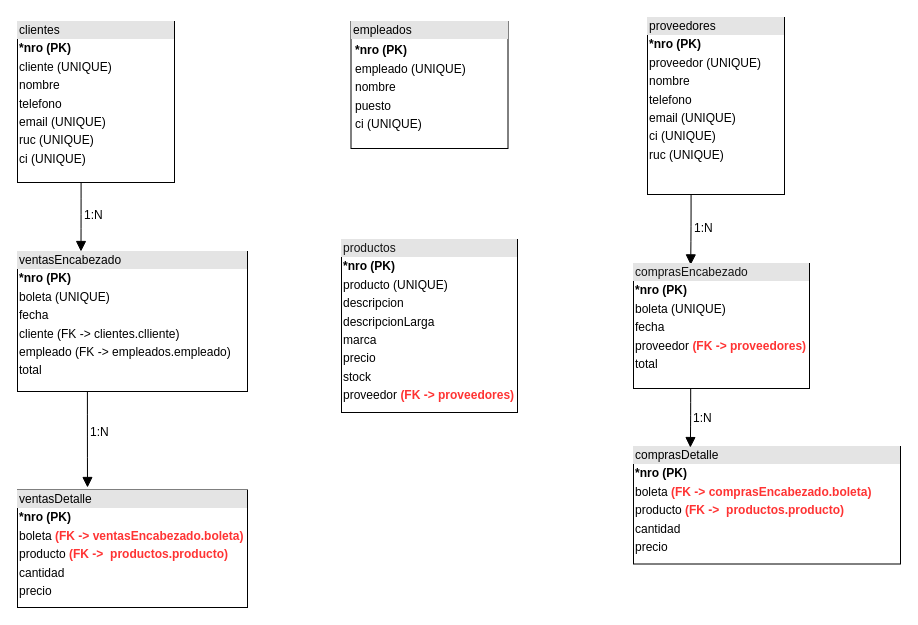
lucasandlucas999/recursos-dev keeps this draw.io diagram as Diagrama sin título.drawio. Above is the earlier version. Source tidied: cells renumbered, new cells numbered last; positions are measured from the earlier drawing's top-left corner, leaving out a move shared by most shapes. Both pictures are drawn from the tidied source at 100%, with x=0, y=0 at pixel (17, 17).
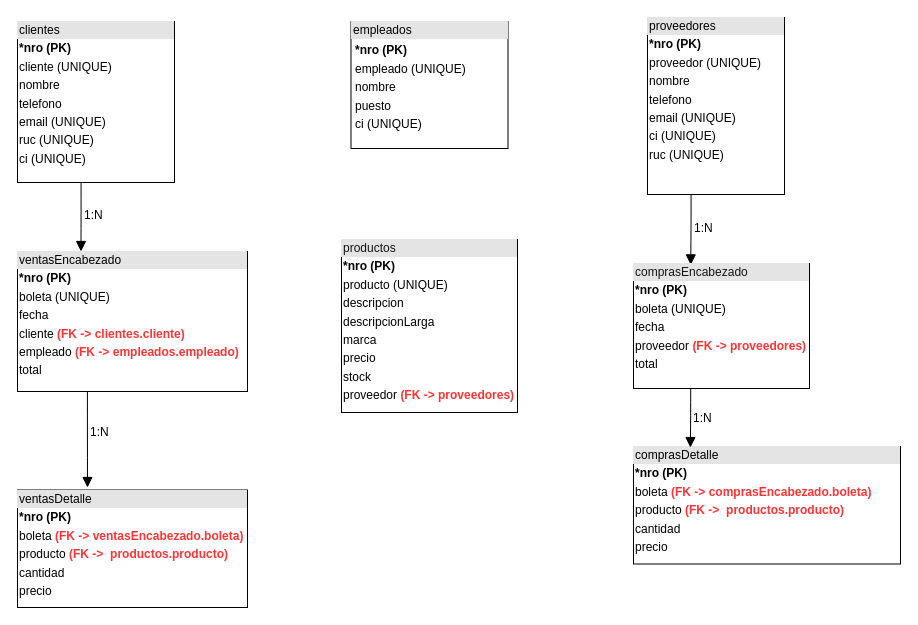
The same diagram, later.

Change to the diagram source:
```diff
@@
 <mxGraphModel>
   <root>
     <mxCell id="0" />
     <mxCell id="1" parent="0" />
     <mxCell id="2" value="&lt;div style=&quot;box-sizing: border-box; width: 100%; background: rgb(228, 228, 228); padding: 2px;&quot;&gt;clientes&lt;/div&gt;&lt;div style=&quot;box-sizing: border-box; width: 100%; background-image: initial; background-position: initial; background-size: initial; background-repeat: initial; background-attachment: initial; background-origin: initial; background-clip: initial; padding: 2px;&quot;&gt;&lt;b&gt;*nro (PK)&lt;/b&gt;&lt;/div&gt;&lt;div style=&quot;box-sizing: border-box; width: 100%; background-image: initial; background-position: initial; background-size: initial; background-repeat: initial; background-attachment: initial; background-origin: initial; background-clip: initial; padding: 2px;&quot;&gt;cliente (UNIQUE)&lt;/div&gt;&lt;div style=&quot;box-sizing: border-box; width: 100%; background-image: initial; background-position: initial; background-size: initial; background-repeat: initial; background-attachment: initial; background-origin: initial; background-clip: initial; padding: 2px;&quot;&gt;nombre&lt;/div&gt;&lt;div style=&quot;box-sizing: border-box; width: 100%; background-image: initial; background-position: initial; background-size: initial; background-repeat: initial; background-attachment: initial; background-origin: initial; background-clip: initial; padding: 2px;&quot;&gt;telefono&lt;/div&gt;&lt;div style=&quot;box-sizing: border-box; width: 100%; background-image: initial; background-position: initial; background-size: initial; background-repeat: initial; background-attachment: initial; background-origin: initial; background-clip: initial; padding: 2px;&quot;&gt;email (UNIQUE)&lt;/div&gt;&lt;div style=&quot;box-sizing: border-box; width: 100%; background-image: initial; background-position: initial; background-size: initial; background-repeat: initial; background-attachment: initial; background-origin: initial; background-clip: initial; padding: 2px;&quot;&gt;ruc (UNIQUE)&lt;/div&gt;&lt;div style=&quot;box-sizing: border-box; width: 100%; background-image: initial; background-position: initial; background-size: initial; background-repeat: initial; background-attachment: initial; background-origin: initial; background-clip: initial; padding: 2px;&quot;&gt;ci (UNIQUE)&lt;/div&gt;" style="verticalAlign=top;align=left;overflow=fill;html=1;whiteSpace=wrap;rotation=0;" parent="1" vertex="1">
       <mxGeometry y="4" width="157" height="161" as="geometry" />
     </mxCell>
-    <mxCell id="3" value="&lt;div style=&quot;box-sizing: border-box; width: 100%; background: rgb(228, 228, 228); padding: 2px;&quot;&gt;ventasEncabezado&lt;/div&gt;&lt;div style=&quot;box-sizing: border-box; width: 100%; background-image: initial; background-position: initial; background-size: initial; background-repeat: initial; background-attachment: initial; background-origin: initial; background-clip: initial; padding: 2px;&quot;&gt;&lt;b&gt;*nro (PK)&lt;/b&gt;&lt;/div&gt;&lt;div style=&quot;box-sizing: border-box; width: 100%; background-image: initial; background-position: initial; background-size: initial; background-repeat: initial; background-attachment: initial; background-origin: initial; background-clip: initial; padding: 2px;&quot;&gt;boleta (UNIQUE)&lt;/div&gt;&lt;div style=&quot;box-sizing: border-box; width: 100%; background-image: initial; background-position: initial; background-size: initial; background-repeat: initial; background-attachment: initial; background-origin: initial; background-clip: initial; padding: 2px;&quot;&gt;fecha&lt;/div&gt;&lt;div style=&quot;box-sizing: border-box; width: 100%; background-image: initial; background-position: initial; background-size: initial; background-repeat: initial; background-attachment: initial; background-origin: initial; background-clip: initial; padding: 2px;&quot;&gt;cliente (FK -&amp;gt; clientes.clliente)&lt;/div&gt;&lt;div style=&quot;box-sizing: border-box; width: 100%; background-image: initial; background-position: initial; background-size: initial; background-repeat: initial; background-attachment: initial; background-origin: initial; background-clip: initial; padding: 2px;&quot;&gt;empleado (FK -&amp;gt; empleados.empleado)&lt;/div&gt;&lt;div style=&quot;box-sizing: border-box; width: 100%; background-image: initial; background-position: initial; background-size: initial; background-repeat: initial; background-attachment: initial; background-origin: initial; background-clip: initial; padding: 2px;&quot;&gt;total&lt;/div&gt;" style="verticalAlign=top;align=left;overflow=fill;html=1;whiteSpace=wrap;rotation=0;" parent="1" vertex="1">
+    <mxCell id="3" value="&lt;div style=&quot;box-sizing: border-box; width: 100%; background: rgb(228, 228, 228); padding: 2px;&quot;&gt;ventasEncabezado&lt;/div&gt;&lt;div style=&quot;box-sizing: border-box; width: 100%; background-image: initial; background-position: initial; background-size: initial; background-repeat: initial; background-attachment: initial; background-origin: initial; background-clip: initial; padding: 2px;&quot;&gt;&lt;b&gt;*nro (PK)&lt;/b&gt;&lt;/div&gt;&lt;div style=&quot;box-sizing: border-box; width: 100%; background-image: initial; background-position: initial; background-size: initial; background-repeat: initial; background-attachment: initial; background-origin: initial; background-clip: initial; padding: 2px;&quot;&gt;boleta (UNIQUE)&lt;/div&gt;&lt;div style=&quot;box-sizing: border-box; width: 100%; background-image: initial; background-position: initial; background-size: initial; background-repeat: initial; background-attachment: initial; background-origin: initial; background-clip: initial; padding: 2px;&quot;&gt;fecha&lt;/div&gt;&lt;div style=&quot;box-sizing: border-box; width: 100%; background-image: initial; background-position: initial; background-size: initial; background-repeat: initial; background-attachment: initial; background-origin: initial; background-clip: initial; padding: 2px;&quot;&gt;cliente &lt;font style=&quot;color: rgb(255, 51, 51);&quot;&gt;&lt;b&gt;(FK -&amp;gt; clientes.cliente)&lt;/b&gt;&lt;/font&gt;&lt;/div&gt;&lt;div style=&quot;box-sizing: border-box; width: 100%; background-image: initial; background-position: initial; background-size: initial; background-repeat: initial; background-attachment: initial; background-origin: initial; background-clip: initial; padding: 2px;&quot;&gt;empleado &lt;font style=&quot;color: rgb(255, 51, 51);&quot;&gt;&lt;b&gt;(FK -&amp;gt; empleados.empleado)&lt;/b&gt;&lt;/font&gt;&lt;/div&gt;&lt;div style=&quot;box-sizing: border-box; width: 100%; background-image: initial; background-position: initial; background-size: initial; background-repeat: initial; background-attachment: initial; background-origin: initial; background-clip: initial; padding: 2px;&quot;&gt;total&lt;/div&gt;" style="verticalAlign=top;align=left;overflow=fill;html=1;whiteSpace=wrap;rotation=0;" parent="1" vertex="1">
       <mxGeometry y="234" width="230" height="140" as="geometry" />
     </mxCell>
     <mxCell id="4" value="&lt;div style=&quot;box-sizing: border-box; width: 100%; background: rgb(228, 228, 228); padding: 2px;&quot;&gt;ventasDetalle&lt;/div&gt;&lt;div style=&quot;box-sizing: border-box; width: 100%; background-image: initial; background-position: initial; background-size: initial; background-repeat: initial; background-attachment: initial; background-origin: initial; background-clip: initial; padding: 2px;&quot;&gt;&lt;b&gt;*nro (PK)&lt;/b&gt;&lt;/div&gt;&lt;div style=&quot;box-sizing: border-box; width: 100%; background-image: initial; background-position: initial; background-size: initial; background-repeat: initial; background-attachment: initial; background-origin: initial; background-clip: initial; padding: 2px;&quot;&gt;boleta &lt;font style=&quot;color: rgb(255, 51, 51);&quot;&gt;&lt;b&gt;(FK -&amp;gt; ventasEncabezado.boleta)&lt;/b&gt;&lt;/font&gt;&lt;/div&gt;&lt;div style=&quot;box-sizing: border-box; width: 100%; background-image: initial; background-position: initial; background-size: initial; background-repeat: initial; background-attachment: initial; background-origin: initial; background-clip: initial; padding: 2px;&quot;&gt;producto &lt;font style=&quot;color: rgb(255, 51, 51);&quot;&gt;&lt;b&gt;(FK -&amp;gt;&amp;nbsp; productos.producto)&lt;/b&gt;&lt;/font&gt;&lt;/div&gt;&lt;div style=&quot;box-sizing: border-box; width: 100%; background-image: initial; background-position: initial; background-size: initial; background-repeat: initial; background-attachment: initial; background-origin: initial; background-clip: initial; padding: 2px;&quot;&gt;cantidad&lt;/div&gt;&lt;div style=&quot;box-sizing: border-box; width: 100%; background-image: initial; background-position: initial; background-size: initial; background-repeat: initial; background-attachment: initial; background-origin: initial; background-clip: initial; padding: 2px;&quot;&gt;precio&lt;/div&gt;" style="verticalAlign=top;align=left;overflow=fill;html=1;whiteSpace=wrap;rotation=0;" parent="1" vertex="1">
       <mxGeometry y="472.5" width="230" height="117.5" as="geometry" />
     </mxCell>
     <mxCell id="5" value="&lt;div style=&quot;box-sizing: border-box; width: 100%; background: rgb(228, 228, 228); padding: 2px;&quot;&gt;&lt;span style=&quot;background-color: transparent;&quot;&gt;proveedores&lt;/span&gt;&lt;/div&gt;&lt;div style=&quot;box-sizing: border-box; width: 100%; background-image: initial; background-position: initial; background-size: initial; background-repeat: initial; background-attachment: initial; background-origin: initial; background-clip: initial; padding: 2px;&quot;&gt;&lt;b&gt;*nro (PK)&lt;/b&gt;&lt;/div&gt;&lt;div style=&quot;box-sizing: border-box; width: 100%; background-image: initial; background-position: initial; background-size: initial; background-repeat: initial; background-attachment: initial; background-origin: initial; background-clip: initial; padding: 2px;&quot;&gt;proveedor (UNIQUE)&lt;/div&gt;&lt;div style=&quot;box-sizing: border-box; width: 100%; background-image: initial; background-position: initial; background-size: initial; background-repeat: initial; background-attachment: initial; background-origin: initial; background-clip: initial; padding: 2px;&quot;&gt;nombre&amp;nbsp;&lt;/div&gt;&lt;div style=&quot;box-sizing: border-box; width: 100%; background-image: initial; background-position: initial; background-size: initial; background-repeat: initial; background-attachment: initial; background-origin: initial; background-clip: initial; padding: 2px;&quot;&gt;telefono&lt;/div&gt;&lt;div style=&quot;box-sizing: border-box; width: 100%; background-image: initial; background-position: initial; background-size: initial; background-repeat: initial; background-attachment: initial; background-origin: initial; background-clip: initial; padding: 2px;&quot;&gt;email (UNIQUE)&lt;/div&gt;&lt;div style=&quot;box-sizing: border-box; width: 100%; background-image: initial; background-position: initial; background-size: initial; background-repeat: initial; background-attachment: initial; background-origin: initial; background-clip: initial; padding: 2px;&quot;&gt;ci (UNIQUE)&lt;/div&gt;&lt;div style=&quot;box-sizing: border-box; width: 100%; background-image: initial; background-position: initial; background-size: initial; background-repeat: initial; background-attachment: initial; background-origin: initial; background-clip: initial; padding: 2px;&quot;&gt;ruc (UNIQUE)&lt;/div&gt;" style="verticalAlign=top;align=left;overflow=fill;html=1;whiteSpace=wrap;rotation=0;" parent="1" vertex="1">
       <mxGeometry x="630" width="137" height="177" as="geometry" />
     </mxCell>
     <mxCell id="6" value="&lt;div style=&quot;box-sizing: border-box; width: 100%; background: rgb(228, 228, 228); padding: 2px;&quot;&gt;&lt;span style=&quot;background-color: transparent;&quot;&gt;&lt;font style=&quot;color: rgb(20, 20, 20);&quot;&gt;productos&lt;/font&gt;&lt;/span&gt;&lt;/div&gt;&lt;div style=&quot;box-sizing: border-box; width: 100%; background-image: initial; background-position: initial; background-size: initial; background-repeat: initial; background-attachment: initial; background-origin: initial; background-clip: initial; padding: 2px;&quot;&gt;&lt;b&gt;*nro (PK)&lt;/b&gt;&lt;/div&gt;&lt;div style=&quot;box-sizing: border-box; width: 100%; background-image: initial; background-position: initial; background-size: initial; background-repeat: initial; background-attachment: initial; background-origin: initial; background-clip: initial; padding: 2px;&quot;&gt;producto (UNIQUE)&lt;/div&gt;&lt;div style=&quot;box-sizing: border-box; width: 100%; background-image: initial; background-position: initial; background-size: initial; background-repeat: initial; background-attachment: initial; background-origin: initial; background-clip: initial; padding: 2px;&quot;&gt;descripcion&lt;/div&gt;&lt;div style=&quot;box-sizing: border-box; width: 100%; background-image: initial; background-position: initial; background-size: initial; background-repeat: initial; background-attachment: initial; background-origin: initial; background-clip: initial; padding: 2px;&quot;&gt;descripcionLarga&lt;/div&gt;&lt;div style=&quot;box-sizing: border-box; width: 100%; background-image: initial; background-position: initial; background-size: initial; background-repeat: initial; background-attachment: initial; background-origin: initial; background-clip: initial; padding: 2px;&quot;&gt;marca&lt;/div&gt;&lt;div style=&quot;box-sizing: border-box; width: 100%; background-image: initial; background-position: initial; background-size: initial; background-repeat: initial; background-attachment: initial; background-origin: initial; background-clip: initial; padding: 2px;&quot;&gt;precio&lt;/div&gt;&lt;div style=&quot;box-sizing: border-box; width: 100%; background-image: initial; background-position: initial; background-size: initial; background-repeat: initial; background-attachment: initial; background-origin: initial; background-clip: initial; padding: 2px;&quot;&gt;stock&lt;/div&gt;&lt;div style=&quot;box-sizing: border-box; width: 100%; background-image: initial; background-position: initial; background-size: initial; background-repeat: initial; background-attachment: initial; background-origin: initial; background-clip: initial; padding: 2px;&quot;&gt;proveedor &lt;font style=&quot;color: rgb(255, 51, 51);&quot;&gt;&lt;b&gt;(FK -&amp;gt; proveedores)&lt;/b&gt;&lt;/font&gt;&lt;/div&gt;" style="verticalAlign=top;align=left;overflow=fill;html=1;whiteSpace=wrap;rotation=0;" parent="1" vertex="1">
       <mxGeometry x="324" y="222" width="176" height="173" as="geometry" />
     </mxCell>
     <mxCell id="7" value="1:N" style="endArrow=block;endFill=1;html=1;edgeStyle=orthogonalEdgeStyle;align=left;verticalAlign=top;rounded=0;fontSize=12;startSize=8;endSize=8;curved=1;exitX=0.405;exitY=0.997;exitDx=0;exitDy=0;exitPerimeter=0;entryX=0.276;entryY=0;entryDx=0;entryDy=0;entryPerimeter=0;" parent="1" edge="1" source="2" target="3">
       <mxGeometry x="-0.45" y="1" relative="1" as="geometry" />
     </mxCell>
     <mxCell id="8" value="1:N" style="endArrow=block;endFill=1;html=1;edgeStyle=orthogonalEdgeStyle;align=left;verticalAlign=top;rounded=0;fontSize=12;startSize=8;endSize=8;curved=1;exitX=0.304;exitY=1;exitDx=0;exitDy=0;exitPerimeter=0;" parent="1" edge="1" source="3">
       <mxGeometry x="-0.45" y="1" relative="1" as="geometry">
         <mxPoint x="70" y="470" as="targetPoint" />
       </mxGeometry>
     </mxCell>
     <mxCell id="9" value="1:N" style="endArrow=block;endFill=1;html=1;edgeStyle=orthogonalEdgeStyle;align=left;verticalAlign=top;rounded=0;fontSize=12;startSize=8;endSize=8;curved=1;exitX=0.318;exitY=0.998;exitDx=0;exitDy=0;exitPerimeter=0;entryX=0.325;entryY=0.011;entryDx=0;entryDy=0;entryPerimeter=0;" parent="1" edge="1" source="5" target="11">
       <mxGeometry x="-0.45" y="1" relative="1" as="geometry" />
     </mxCell>
     <mxCell id="10" value="&lt;div style=&quot;box-sizing: border-box; width: 100%; background: rgb(228, 228, 228); padding: 2px;&quot;&gt;empleados&lt;/div&gt;&lt;div style=&quot;box-sizing: border-box; width: 100%; background-image: initial; background-position: initial; background-size: initial; background-repeat: initial; background-attachment: initial; background-origin: initial; background-clip: initial; padding: 2px;&quot;&gt;&lt;div style=&quot;background-image: initial; background-position: initial; background-size: initial; background-repeat: initial; background-attachment: initial; background-origin: initial; background-clip: initial; box-sizing: border-box; width: 260px; padding: 2px;&quot;&gt;&lt;b&gt;*nro (PK)&lt;/b&gt;&lt;/div&gt;&lt;div style=&quot;background-image: initial; background-position: initial; background-size: initial; background-repeat: initial; background-attachment: initial; background-origin: initial; background-clip: initial; box-sizing: border-box; width: 260px; padding: 2px;&quot;&gt;empleado (UNIQUE)&lt;/div&gt;&lt;div style=&quot;background-image: initial; background-position: initial; background-size: initial; background-repeat: initial; background-attachment: initial; background-origin: initial; background-clip: initial; box-sizing: border-box; width: 260px; padding: 2px;&quot;&gt;nombre&amp;nbsp;&lt;/div&gt;&lt;div style=&quot;background-image: initial; background-position: initial; background-size: initial; background-repeat: initial; background-attachment: initial; background-origin: initial; background-clip: initial; box-sizing: border-box; width: 260px; padding: 2px;&quot;&gt;puesto&lt;/div&gt;&lt;div style=&quot;background-image: initial; background-position: initial; background-size: initial; background-repeat: initial; background-attachment: initial; background-origin: initial; background-clip: initial; box-sizing: border-box; width: 260px; padding: 2px;&quot;&gt;ci (UNIQUE)&lt;/div&gt;&lt;/div&gt;" style="verticalAlign=top;align=left;overflow=fill;html=1;whiteSpace=wrap;rotation=0;" parent="1" vertex="1">
       <mxGeometry x="333.5" y="4" width="157" height="127" as="geometry" />
     </mxCell>
     <mxCell id="11" value="&lt;div style=&quot;box-sizing: border-box; width: 100%; background: rgb(228, 228, 228); padding: 2px;&quot;&gt;&lt;span style=&quot;background-color: transparent;&quot;&gt;&lt;font style=&quot;color: rgb(20, 20, 20);&quot;&gt;comprasEncabezado&lt;/font&gt;&lt;/span&gt;&lt;/div&gt;&lt;div style=&quot;box-sizing: border-box; width: 100%; background-image: initial; background-position: initial; background-size: initial; background-repeat: initial; background-attachment: initial; background-origin: initial; background-clip: initial; padding: 2px;&quot;&gt;&lt;b&gt;*nro (PK)&lt;/b&gt;&lt;/div&gt;&lt;div style=&quot;box-sizing: border-box; width: 100%; background-image: initial; background-position: initial; background-size: initial; background-repeat: initial; background-attachment: initial; background-origin: initial; background-clip: initial; padding: 2px;&quot;&gt;boleta (UNIQUE)&lt;/div&gt;&lt;div style=&quot;box-sizing: border-box; width: 100%; background-image: initial; background-position: initial; background-size: initial; background-repeat: initial; background-attachment: initial; background-origin: initial; background-clip: initial; padding: 2px;&quot;&gt;fecha&lt;/div&gt;&lt;div style=&quot;box-sizing: border-box; width: 100%; background-image: initial; background-position: initial; background-size: initial; background-repeat: initial; background-attachment: initial; background-origin: initial; background-clip: initial; padding: 2px;&quot;&gt;&lt;span style=&quot;background-color: transparent; color: light-dark(rgb(0, 0, 0), rgb(255, 255, 255));&quot;&gt;proveedor &lt;/span&gt;&lt;font style=&quot;background-color: transparent; color: rgb(255, 51, 51);&quot;&gt;&lt;b&gt;(FK -&amp;gt; proveedores)&lt;/b&gt;&lt;/font&gt;&lt;/div&gt;&lt;div style=&quot;box-sizing: border-box; width: 100%; background-image: initial; background-position: initial; background-size: initial; background-repeat: initial; background-attachment: initial; background-origin: initial; background-clip: initial; padding: 2px;&quot;&gt;total&lt;/div&gt;" style="verticalAlign=top;align=left;overflow=fill;html=1;whiteSpace=wrap;rotation=0;" parent="1" vertex="1">
       <mxGeometry x="616" y="246" width="176" height="125" as="geometry" />
     </mxCell>
     <mxCell id="12" value="&lt;div style=&quot;box-sizing: border-box; width: 100%; background: rgb(228, 228, 228); padding: 2px;&quot;&gt;comprasDetalle&lt;/div&gt;&lt;div style=&quot;box-sizing: border-box; width: 100%; background-image: initial; background-position: initial; background-size: initial; background-repeat: initial; background-attachment: initial; background-origin: initial; background-clip: initial; padding: 2px;&quot;&gt;&lt;b&gt;*nro (PK)&lt;/b&gt;&lt;/div&gt;&lt;div style=&quot;box-sizing: border-box; width: 100%; background-image: initial; background-position: initial; background-size: initial; background-repeat: initial; background-attachment: initial; background-origin: initial; background-clip: initial; padding: 2px;&quot;&gt;boleta &lt;font style=&quot;color: rgb(255, 51, 51);&quot;&gt;&lt;b&gt;(FK -&amp;gt; comprasEncabezado.boleta)&lt;/b&gt;&lt;/font&gt;&lt;/div&gt;&lt;div style=&quot;box-sizing: border-box; width: 100%; background-image: initial; background-position: initial; background-size: initial; background-repeat: initial; background-attachment: initial; background-origin: initial; background-clip: initial; padding: 2px;&quot;&gt;producto &lt;font style=&quot;color: rgb(255, 51, 51);&quot;&gt;&lt;b&gt;(FK -&amp;gt;&amp;nbsp; productos.producto)&lt;/b&gt;&lt;/font&gt;&lt;/div&gt;&lt;div style=&quot;box-sizing: border-box; width: 100%; background-image: initial; background-position: initial; background-size: initial; background-repeat: initial; background-attachment: initial; background-origin: initial; background-clip: initial; padding: 2px;&quot;&gt;cantidad&lt;/div&gt;&lt;div style=&quot;box-sizing: border-box; width: 100%; background-image: initial; background-position: initial; background-size: initial; background-repeat: initial; background-attachment: initial; background-origin: initial; background-clip: initial; padding: 2px;&quot;&gt;precio&lt;/div&gt;" style="verticalAlign=top;align=left;overflow=fill;html=1;whiteSpace=wrap;rotation=0;" parent="1" vertex="1">
       <mxGeometry x="616" y="429" width="267" height="117.5" as="geometry" />
     </mxCell>
     <mxCell id="13" value="1:N" style="endArrow=block;endFill=1;html=1;edgeStyle=orthogonalEdgeStyle;align=left;verticalAlign=top;rounded=0;fontSize=12;startSize=8;endSize=8;curved=1;exitX=0.325;exitY=0.999;exitDx=0;exitDy=0;exitPerimeter=0;entryX=0.213;entryY=0.009;entryDx=0;entryDy=0;entryPerimeter=0;" parent="1" edge="1" source="11" target="12">
       <mxGeometry x="-0.45" y="1" relative="1" as="geometry" />
     </mxCell>
   </root>
 </mxGraphModel>
```
